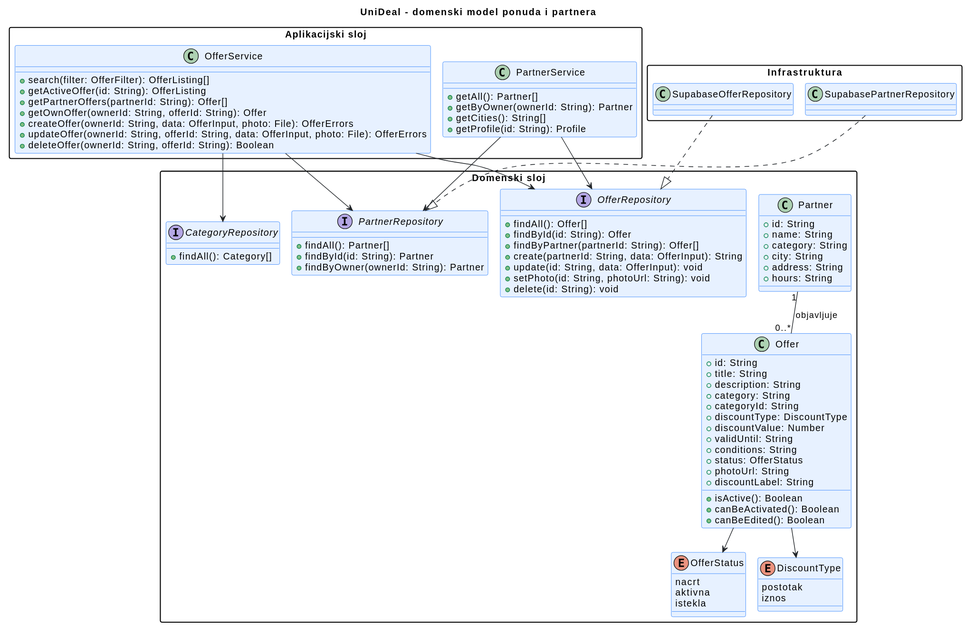
Before: docs/assets/diagrams/4-3-unideal-domain-CD.svg, a diagram exported from PlantUML (matejban/UniDeal). The source it was exported from:
```plantuml
@startuml
!pragma layout smetana
title UniDeal - domenski model ponuda i partnera

skinparam shadowing false
skinparam defaultFontName Arial
skinparam packageStyle rectangle
skinparam ArrowColor #212529

skinparam class {
    BackgroundColor #E7F1FF
    BorderColor #0D6EFD
}

package "Aplikacijski sloj" {
    class OfferService {
        +search(filter: OfferFilter): OfferListing[]
        +getActiveOffer(id: String): OfferListing
        +getPartnerOffers(partnerId: String): Offer[]
        +getOwnOffer(ownerId: String, offerId: String): Offer
        +createOffer(ownerId: String, data: OfferInput, photo: File): OfferErrors
        +updateOffer(ownerId: String, offerId: String, data: OfferInput, photo: File): OfferErrors
        +deleteOffer(ownerId: String, offerId: String): Boolean
    }
    class PartnerService {
        +getAll(): Partner[]
        +getByOwner(ownerId: String): Partner
        +getCities(): String[]
        +getProfile(id: String): Profile
    }
}

package "Domenski sloj" {
    enum OfferStatus {
        nacrt
        aktivna
        istekla
    }
    enum DiscountType {
        postotak
        iznos
    }
    class Offer {
        +id: String
        +title: String
        +description: String
        +category: String
        +categoryId: String
        +discountType: DiscountType
        +discountValue: Number
        +validUntil: String
        +conditions: String
        +status: OfferStatus
        +photoUrl: String
        +isActive(): Boolean
        +canBeActivated(): Boolean
        +canBeEdited(): Boolean
        +discountLabel: String
    }
    class Partner {
        +id: String
        +name: String
        +category: String
        +city: String
        +address: String
        +hours: String
    }
    interface OfferRepository {
        +findAll(): Offer[]
        +findById(id: String): Offer
        +findByPartner(partnerId: String): Offer[]
        +create(partnerId: String, data: OfferInput): String
        +update(id: String, data: OfferInput): void
        +setPhoto(id: String, photoUrl: String): void
        +delete(id: String): void
    }
    interface PartnerRepository {
        +findAll(): Partner[]
        +findById(id: String): Partner
        +findByOwner(ownerId: String): Partner
    }
    interface CategoryRepository {
        +findAll(): Category[]
    }
}

package "Infrastruktura" {
    class SupabaseOfferRepository
    class SupabasePartnerRepository
}

Partner "1" -- "0..*" Offer : objavljuje >
Offer --> OfferStatus
Offer --> DiscountType

OfferService --> OfferRepository
OfferService --> PartnerRepository
OfferService --> CategoryRepository
PartnerService --> PartnerRepository
PartnerService --> OfferRepository

SupabaseOfferRepository ..|> OfferRepository
SupabasePartnerRepository ..|> PartnerRepository
@enduml
```
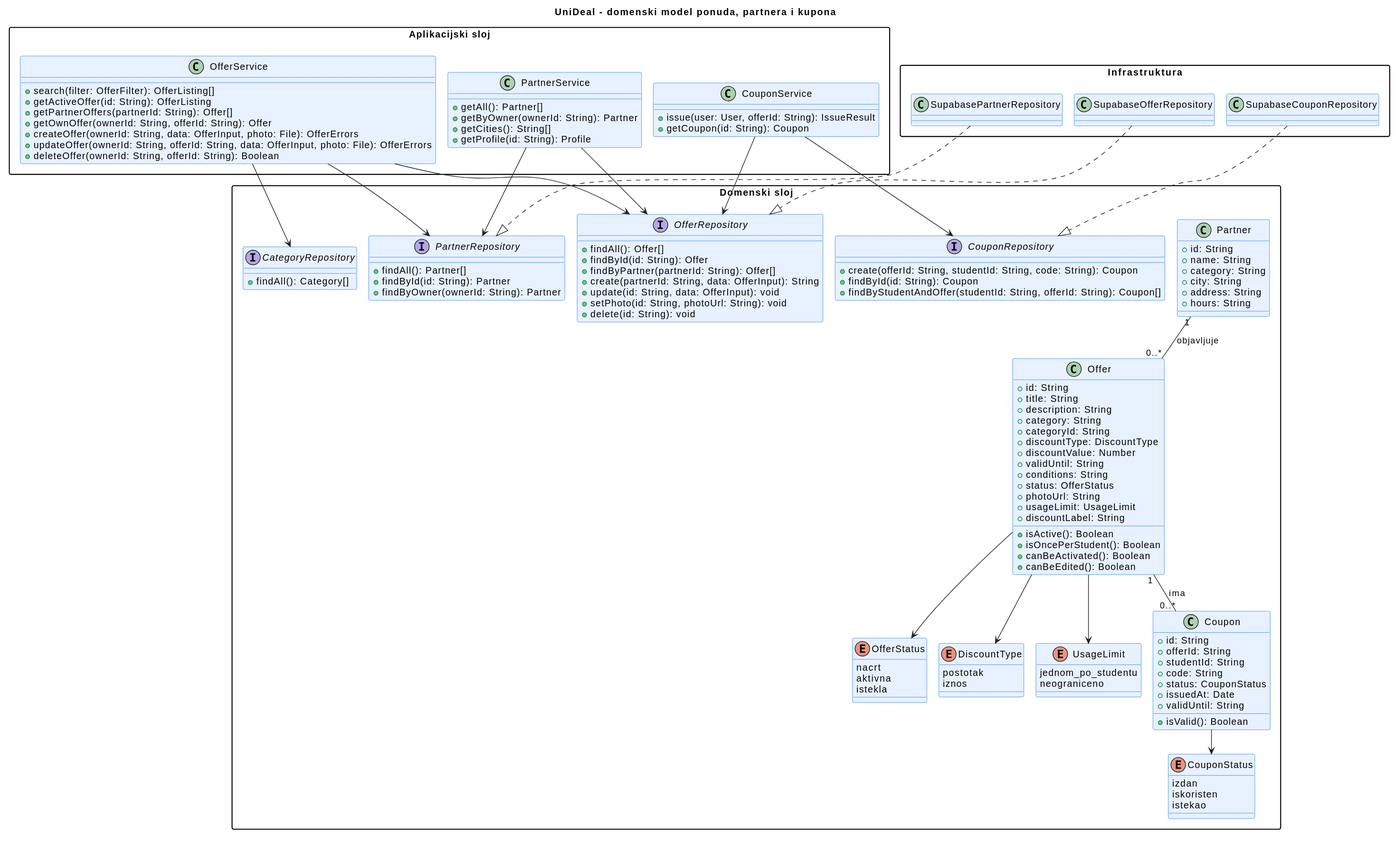
The same diagram one commit later.

Commit message:
Dijagram razreda: Coupon, CouponService i CouponRepository

Change to the diagram source:
```diff
@@ -1,6 +1,8 @@
 @startuml
+
+
 !pragma layout smetana
-title UniDeal - domenski model ponuda i partnera
+title UniDeal - domenski model ponuda, partnera i kupona
 
 skinparam shadowing false
 skinparam defaultFontName Arial
@@ -28,6 +30,10 @@
         +getCities(): String[]
         +getProfile(id: String): Profile
     }
+    class CouponService {
+        +issue(user: User, offerId: String): IssueResult
+        +getCoupon(id: String): Coupon
+    }
 }
 
 package "Domenski sloj" {
@@ -39,6 +45,15 @@
     enum DiscountType {
         postotak
         iznos
+    }
+    enum UsageLimit {
+        jednom_po_studentu
+        neograniceno
+    }
+    enum CouponStatus {
+        izdan
+        iskoristen
+        istekao
     }
     class Offer {
         +id: String
@@ -52,7 +67,9 @@
         +conditions: String
         +status: OfferStatus
         +photoUrl: String
+        +usageLimit: UsageLimit
         +isActive(): Boolean
+        +isOncePerStudent(): Boolean
         +canBeActivated(): Boolean
         +canBeEdited(): Boolean
         +discountLabel: String
@@ -64,6 +81,16 @@
         +city: String
         +address: String
         +hours: String
+    }
+    class Coupon {
+        +id: String
+        +offerId: String
+        +studentId: String
+        +code: String
+        +status: CouponStatus
+        +issuedAt: Date
+        +validUntil: String
+        +isValid(): Boolean
     }
     interface OfferRepository {
         +findAll(): Offer[]
@@ -82,23 +109,36 @@
     interface CategoryRepository {
         +findAll(): Category[]
     }
+    interface CouponRepository {
+        +create(offerId: String, studentId: String, code: String): Coupon
+        +findById(id: String): Coupon
+        +findByStudentAndOffer(studentId: String, offerId: String): Coupon[]
+    }
 }
 
 package "Infrastruktura" {
     class SupabaseOfferRepository
     class SupabasePartnerRepository
+    class SupabaseCouponRepository
 }
 
 Partner "1" -- "0..*" Offer : objavljuje >
 Offer --> OfferStatus
 Offer --> DiscountType
+Offer --> UsageLimit
+Offer "1" -- "0..*" Coupon : ima >
+Coupon --> CouponStatus
+
 
 OfferService --> OfferRepository
 OfferService --> PartnerRepository
 OfferService --> CategoryRepository
 PartnerService --> PartnerRepository
 PartnerService --> OfferRepository
+CouponService --> CouponRepository
+CouponService --> OfferRepository
 
 SupabaseOfferRepository ..|> OfferRepository
 SupabasePartnerRepository ..|> PartnerRepository
+SupabaseCouponRepository ..|> CouponRepository
 @enduml
```
